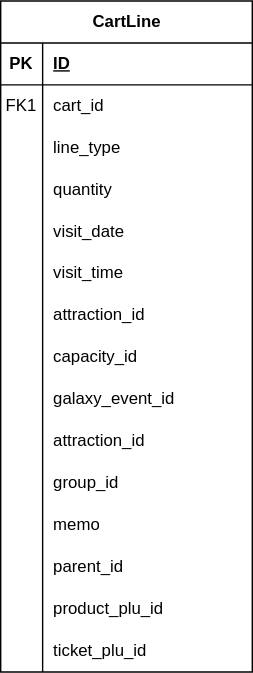
Earlier version of the draw.io export book/tportal-cart.drawio.svg (Gaolz/notes). Source tidied: cells renumbered, new cells last; positions are measured from the earlier drawing's top-left corner, leaving out a move shared by most shapes.
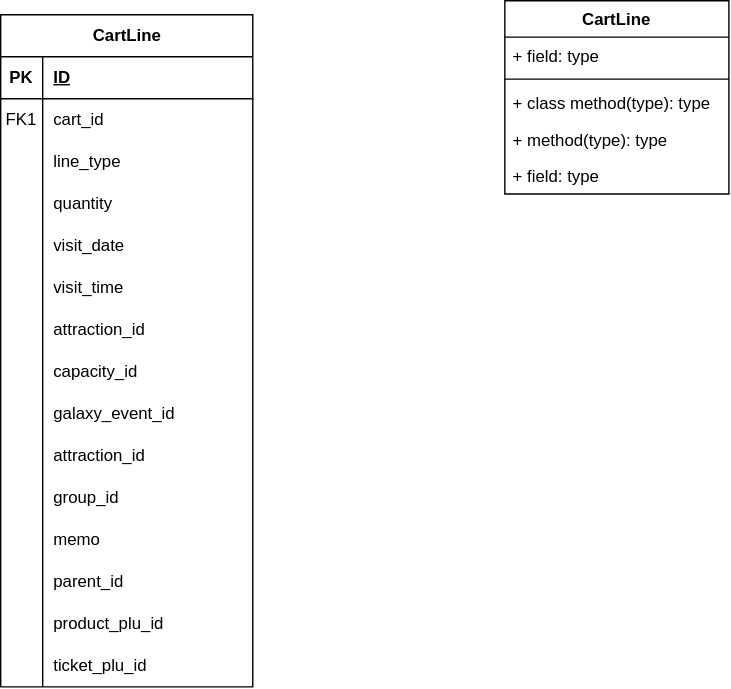
The same file after the commit.

Diff of the diagram source:
```diff
@@ -140,5 +140,23 @@
     <mxCell id="47" value="ticket_plu_id" style="shape=partialRectangle;fillColor=none;top=0;left=0;bottom=0;right=0;align=left;spacingLeft=6;overflow=hidden;whiteSpace=wrap;html=1;" parent="45" vertex="1">
       <mxGeometry x="30" width="150" height="30" as="geometry" />
     </mxCell>
+    <mxCell id="48" value="CartLine" style="swimlane;fontStyle=1;align=center;verticalAlign=top;horizontal=1;startSize=26;whiteSpace=wrap;html=1;" parent="1" vertex="1">
+      <mxGeometry x="360" y="-10" width="160" height="138" as="geometry" />
+    </mxCell>
+    <mxCell id="49" value="+ field: type" style="text;strokeColor=none;fillColor=none;align=left;verticalAlign=top;spacingLeft=4;spacingRight=4;overflow=hidden;whiteSpace=wrap;html=1;" parent="48" vertex="1">
+      <mxGeometry y="26" width="160" height="26" as="geometry" />
+    </mxCell>
+    <mxCell id="50" style="line;strokeWidth=1;fillColor=none;align=left;verticalAlign=middle;spacingTop=-1;spacingLeft=3;spacingRight=3;labelPosition=right;strokeColor=inherit;" parent="48" vertex="1">
+      <mxGeometry y="52" width="160" height="8" as="geometry" />
+    </mxCell>
+    <mxCell id="51" value="+ class method(type): type" style="text;strokeColor=none;fillColor=none;align=left;verticalAlign=top;spacingLeft=4;spacingRight=4;overflow=hidden;whiteSpace=wrap;html=1;" parent="48" vertex="1">
+      <mxGeometry y="60" width="160" height="26" as="geometry" />
+    </mxCell>
+    <mxCell id="52" value="+ method(type): type" style="text;strokeColor=none;fillColor=none;align=left;verticalAlign=top;spacingLeft=4;spacingRight=4;overflow=hidden;whiteSpace=wrap;html=1;" parent="48" vertex="1">
+      <mxGeometry y="86" width="160" height="26" as="geometry" />
+    </mxCell>
+    <mxCell id="53" value="+ field: type" style="text;strokeColor=none;fillColor=none;align=left;verticalAlign=top;spacingLeft=4;spacingRight=4;overflow=hidden;whiteSpace=wrap;html=1;" parent="48" vertex="1">
+      <mxGeometry y="112" width="160" height="26" as="geometry" />
+    </mxCell>
   </root>
 </mxGraphModel>
```
